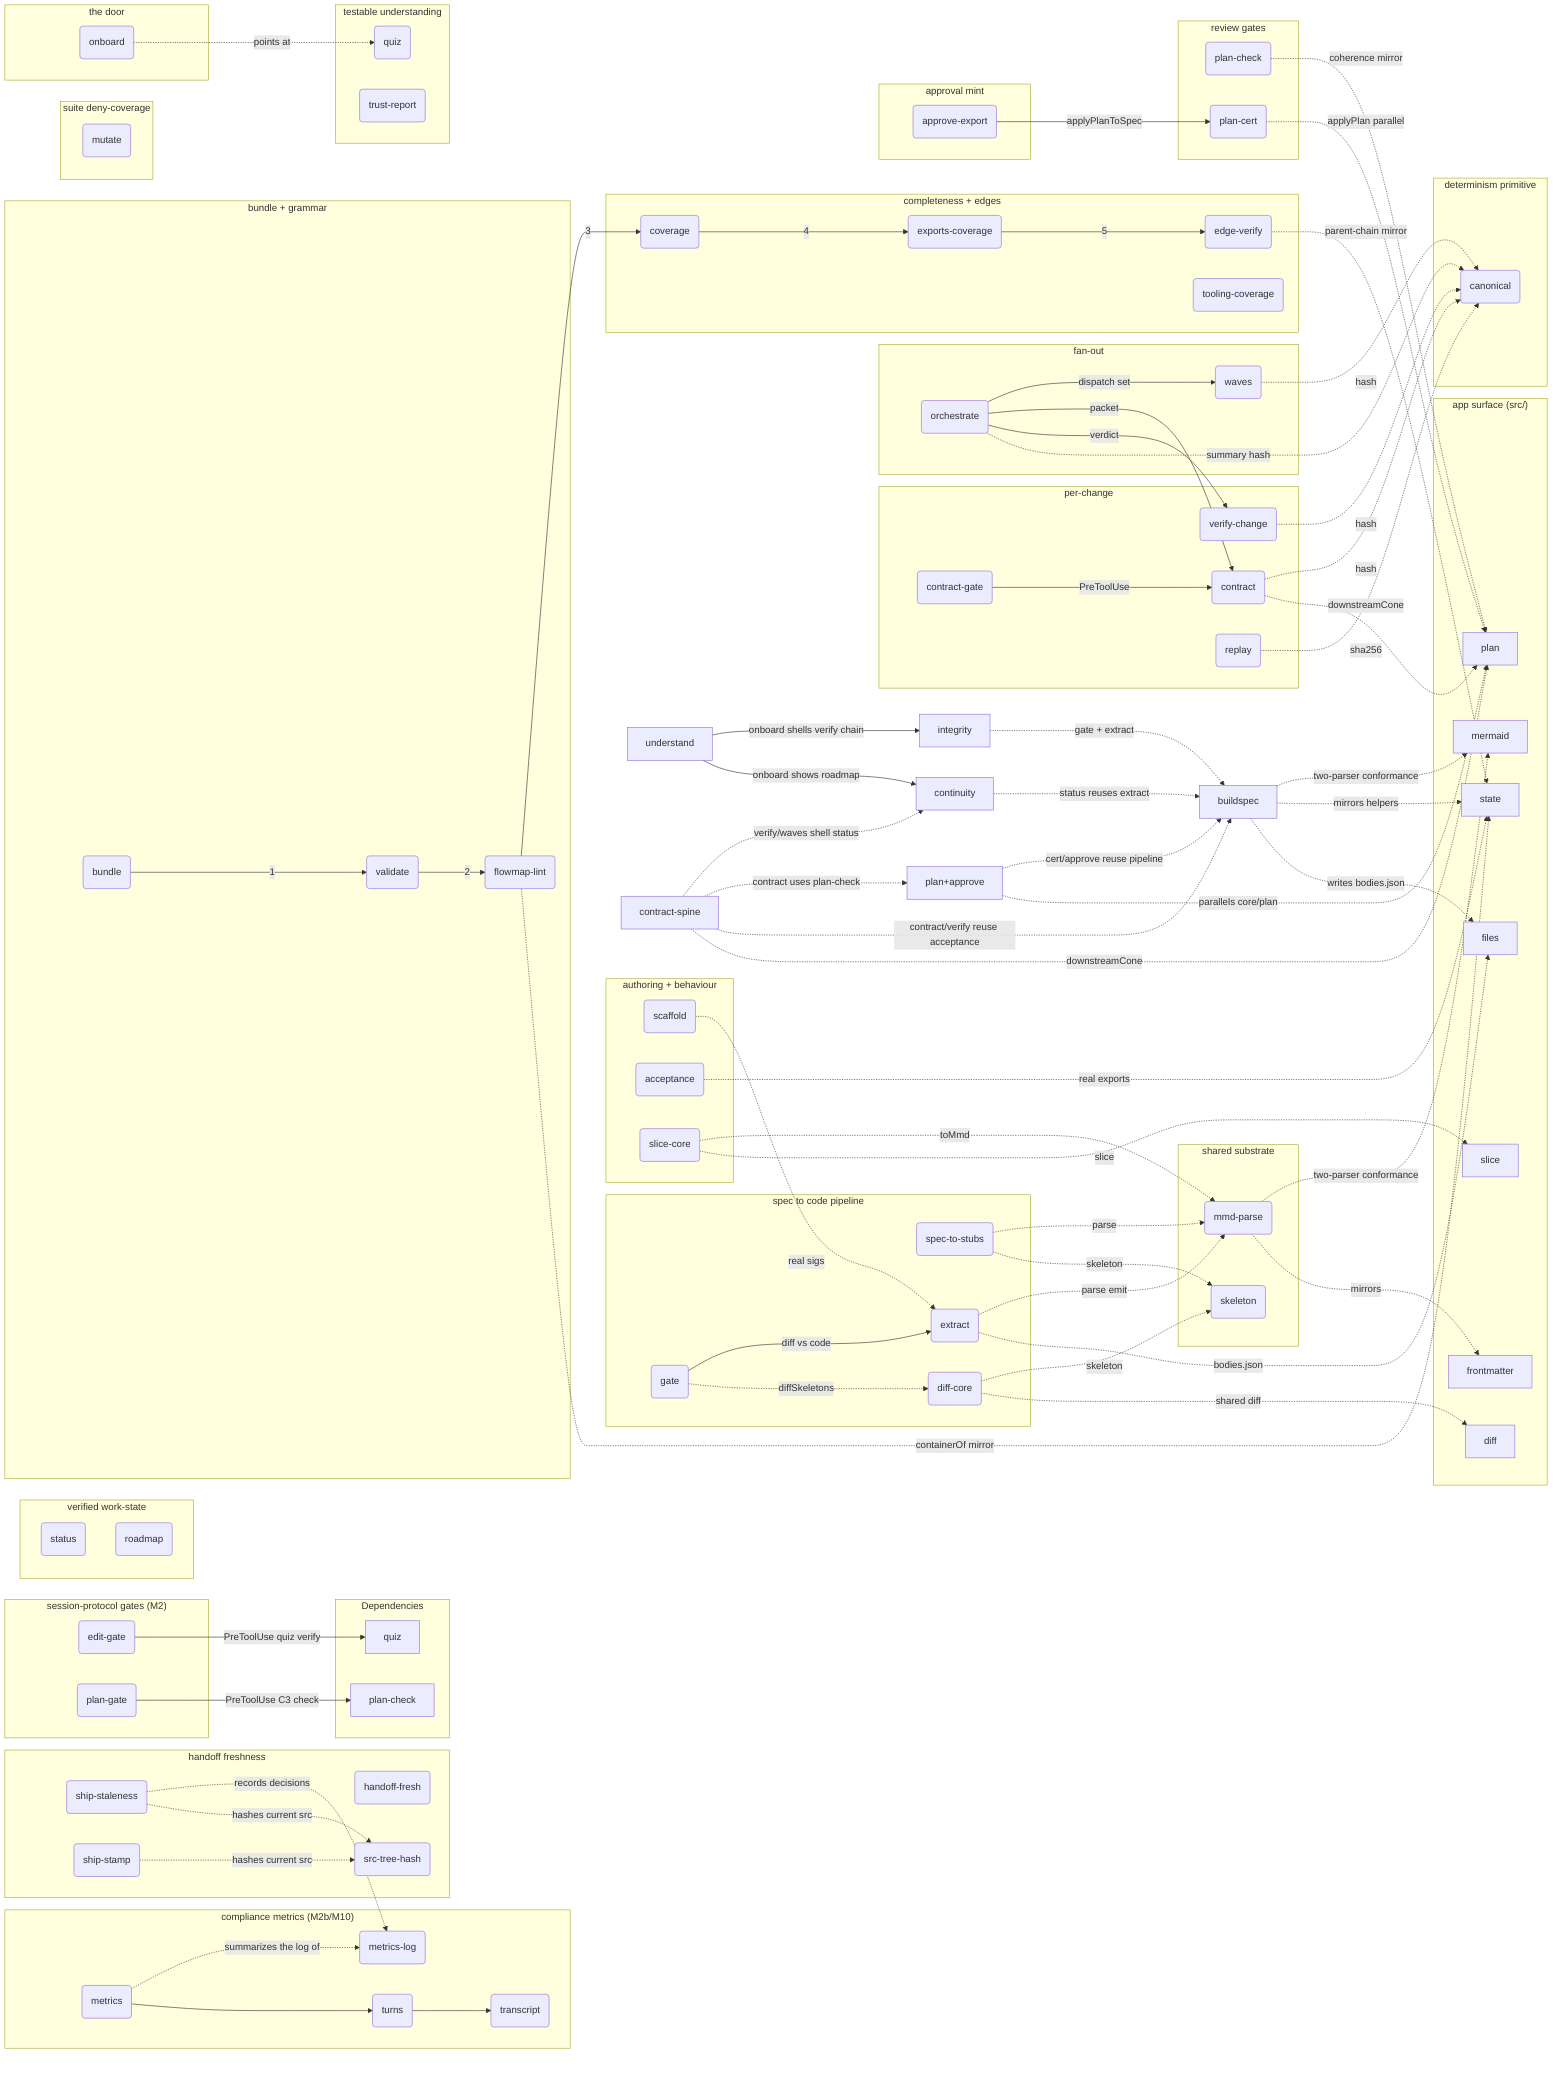
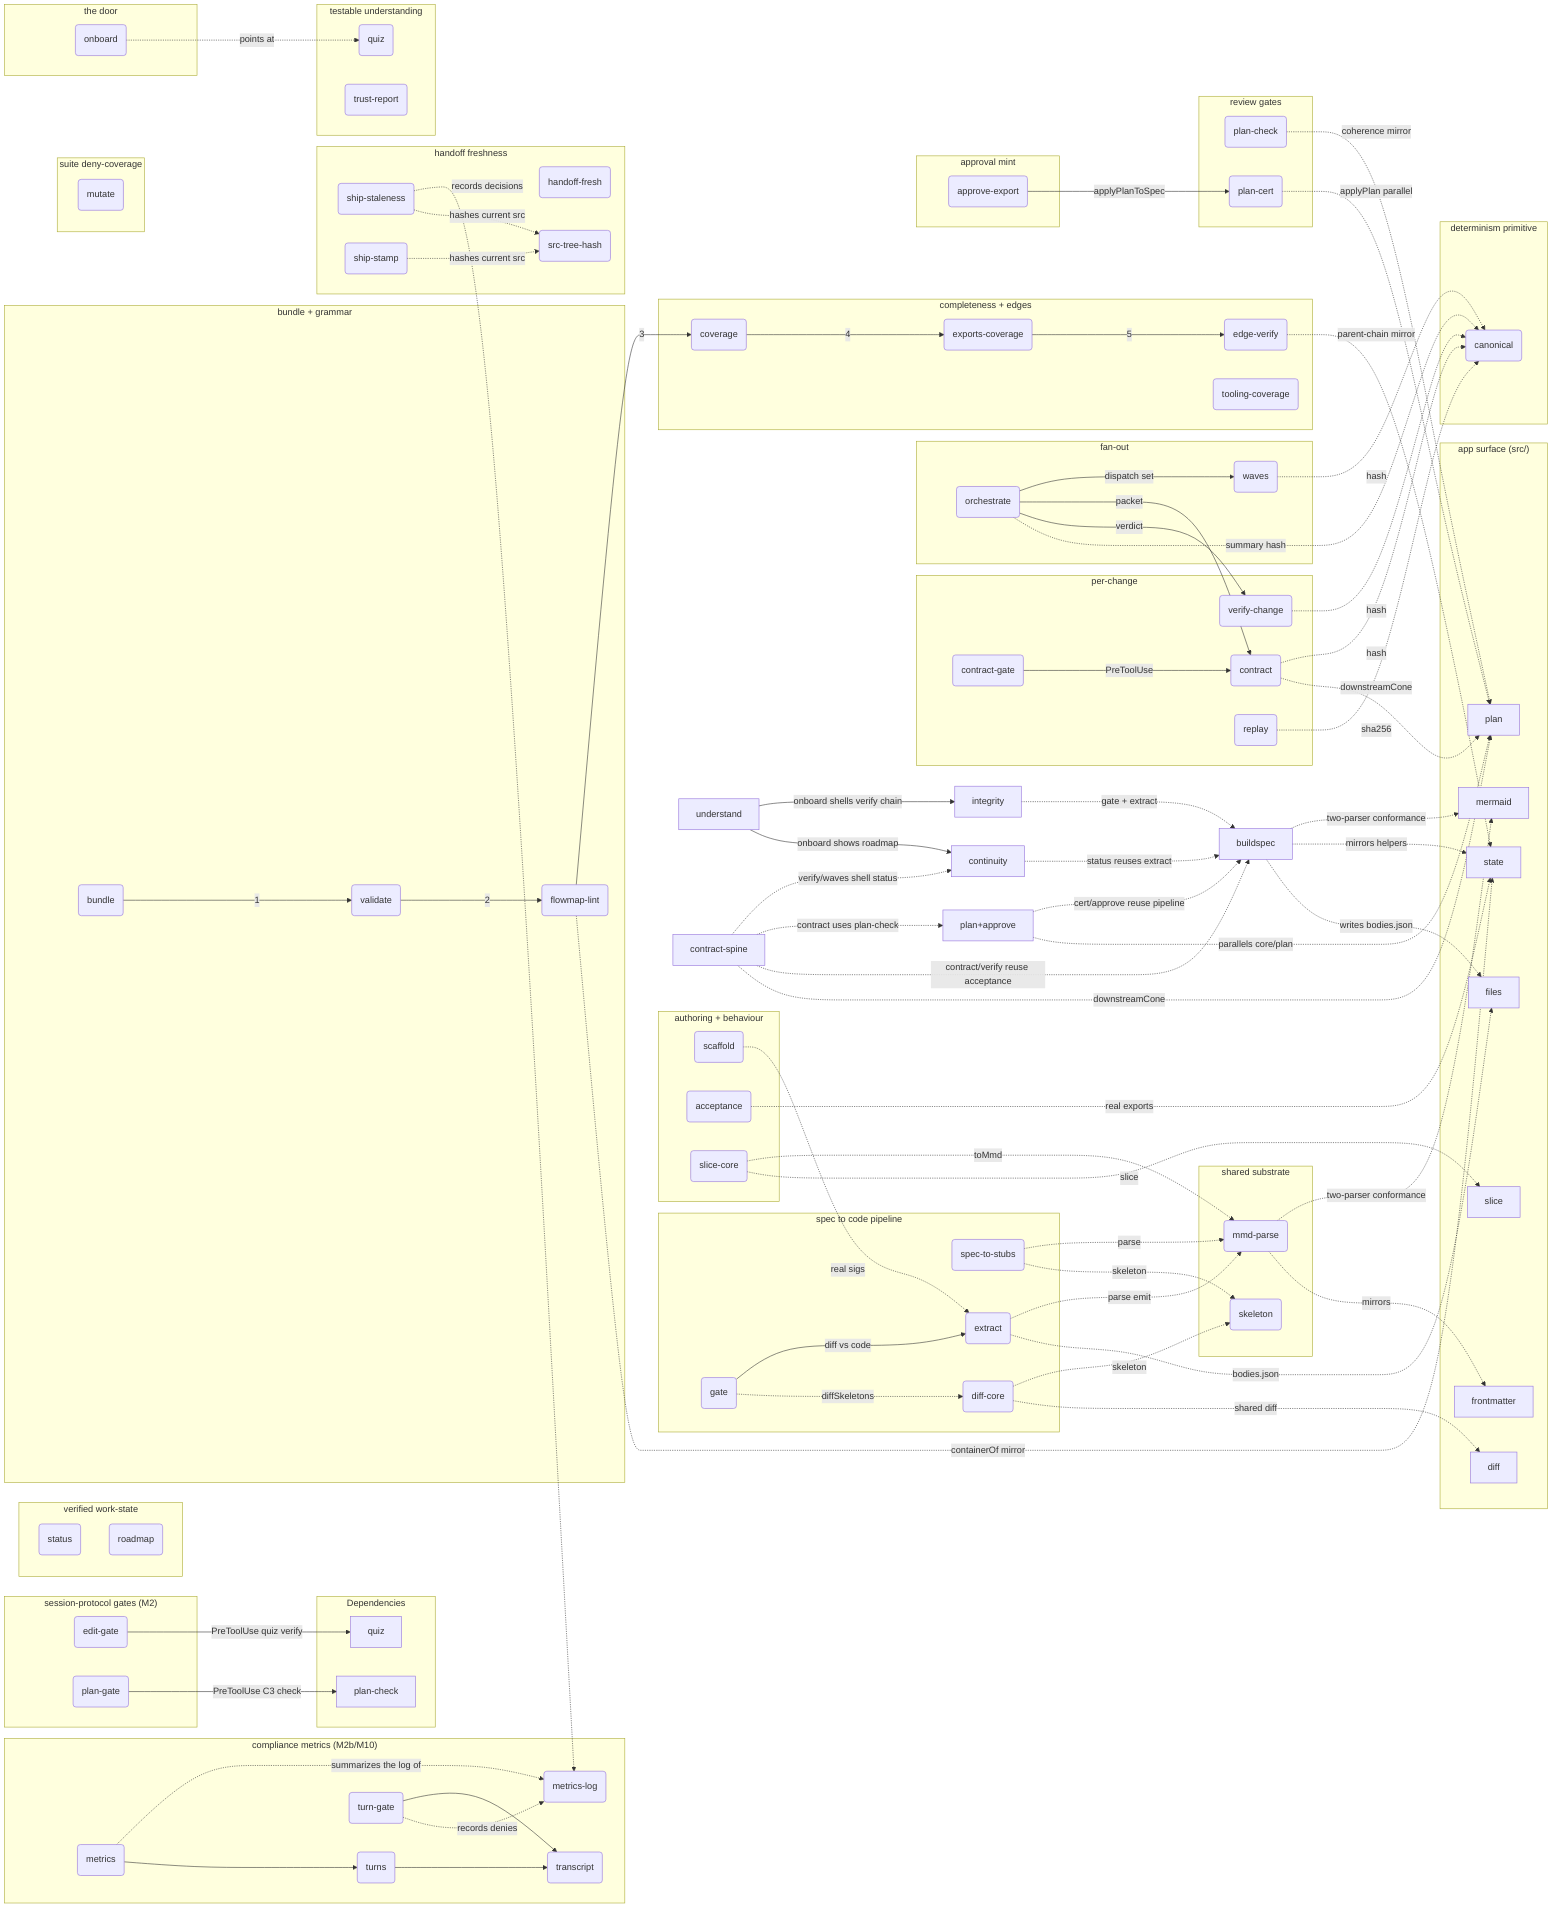
flowchart LR
%% AUTO-GENERATED BUNDLE — do not edit. Edit the per-folder fragments and re-bundle.
%% root flowmapBuildspec

%% fm:meta mermaid name=mermaid
%% fm:meta mermaid desc=app serializer/parser the tooling parser must agree with (two-parser conformance A3)
%% fm:meta frontmatter name=frontmatter
%% fm:meta frontmatter desc=app frontmatter model the tooling parser and skeleton mirror
%% fm:meta state name=state
%% fm:meta state desc=app model and geometry helpers the tooling mirrors and runs acceptance cases against
%% fm:meta files name=files
%% fm:meta files desc=app file IO that consumes the bodies.json the extractor writes
%% fm:meta diff name=diff
%% fm:meta diff desc=app semantic diff whose engine the tooling diff-core shares
%% fm:meta slice name=slice
%% fm:meta slice desc=app neighbourhood slice whose engine the tooling slice-core mirrors
%% fm:meta plan name=plan
%% fm:meta plan desc=app plan overlay model the tooling plan/cert/contract tools parallel and route into
%% fm:meta flowmapBuildspec__mmdParse name=mmd-parse
%% fm:meta flowmapBuildspec__mmdParse desc=zero-dep parser and serializer for the .mmd dialect every tool imports
%% fm:meta flowmapBuildspec__skeleton name=skeleton
%% fm:meta flowmapBuildspec__skeleton desc=canonical contract skeleton of a node plus all type normalization
%% fm:meta flowmapBuildspec__specToStubs name=spec-to-stubs
%% fm:meta flowmapBuildspec__specToStubs desc=step 1 emit TS stubs and contracts so interface drift becomes a tsc error
%% fm:meta flowmapBuildspec__extract name=extract
%% fm:meta flowmapBuildspec__extract desc=step 2 ts-morph walks src and re-serializes real code into a map plus bodies.json
%% fm:meta flowmapBuildspec__diffCore name=diff-core
%% fm:meta flowmapBuildspec__diffCore desc=pure structural diff between two skeleton maps categorizing every mismatch
%% fm:meta flowmapBuildspec__gate name=gate
%% fm:meta flowmapBuildspec__gate desc=step 3 diff committed spec against extracted code and exit non-zero on drift
%% fm:meta flowmapBuildspec__scaffold name=scaffold
%% fm:meta flowmapBuildspec__scaffold desc=author aid init backfill signatures and append plan nodes to fragments
%% fm:meta flowmapBuildspec__acceptance name=acceptance
%% fm:meta flowmapBuildspec__acceptance desc=Keystone 2 run behavioural cases against real src exports to prove correctness
%% fm:meta flowmapBuildspec__sliceCore name=slice-core
%% fm:meta flowmapBuildspec__sliceCore desc=pure model slicer reducing a parsed map to a seed node neighbourhood
%% fm:meta flowmapContinuity__status name=status
%% fm:meta flowmapContinuity__status desc=verified work-state compare a plan proposed signatures against live code built pending drifted missing
%% fm:meta flowmapContinuity__roadmap name=roadmap
%% fm:meta flowmapContinuity__roadmap desc=compute roadmap phase status from predicates and audit the no prose status ban
%% fm:meta flowmapContinuity__handoff name=handoff-fresh
%% fm:meta flowmapContinuity__handoff desc=detect when the handoff lags commits and falsify not yet committed prose claims
%% fm:meta flowmapContinuity__shipStaleness name=ship-staleness
%% fm:meta flowmapContinuity__shipStaleness desc=Stop hook block a session end while src content hash differs from the last recorded ship stamp
%% fm:meta flowmapContinuity__shipStamp name=ship-stamp
%% fm:meta flowmapContinuity__shipStamp desc=last step of flowmap ship record the current src content hash to docs flowmap ship-stamp.json
%% fm:meta flowmapContinuity__srcTreeHash name=src-tree-hash
%% fm:meta flowmapContinuity__srcTreeHash desc=git plumbing content hash of a directory working tree scratch index add write-tree no timestamps
%% fm:meta flowmapContinuity__metrics name=metrics
%% fm:meta flowmapContinuity__metrics desc=M2b summarize the compliance log into rates quiz gate ship cert unproven and wrap ship runs transparently
%% fm:meta flowmapContinuity__metricsLog name=metrics-log
%% fm:meta flowmapContinuity__metricsLog desc=fail silent JSONL emitter the gates quiz and verdict tools import logging may never change a decision
%% fm:meta flowmapContinuity__turns name=turns
%% fm:meta flowmapContinuity__turns desc=M10 measure turn discipline batch ratio cache read tokens subagent tokens tokens to first src edit over session transcripts
%% fm:meta flowmapContinuity__transcriptLib name=transcript
%% fm:meta flowmapContinuity__transcriptLib desc=shared Claude Code transcript parser dedupe assistant API calls by message id merge usage accumulate tool uses
+ %% fm:meta flowmapContinuity__turnGate name=turn-gate
+ %% fm:meta flowmapContinuity__turnGate desc=M10 force PreToolUse gate denies a streak of four or more consecutive single-read turns fails open on unreadable input one free retry marker
%% fm:meta flowmapContractSpine__canonical name=canonical
%% fm:meta flowmapContractSpine__canonical desc=the determinism primitive key sorted JSON and sha256 so equality is a hash compare
%% fm:meta flowmapContractSpine__contract name=contract
%% fm:meta flowmapContractSpine__contract desc=emit a byte deterministic per change packet by routing blast radius source and coherence
%% fm:meta flowmapContractSpine__contractGate name=contract-gate
%% fm:meta flowmapContractSpine__contractGate desc=PreToolUse hook deny a spawn carrying a contract sentinel unless the contract resolves clean
%% fm:meta flowmapContractSpine__editGate name=edit-gate
%% fm:meta flowmapContractSpine__editGate desc=PreToolUse hook deny a src edit unless a quiz pass verifies against the current map bytes
%% fm:meta flowmapContractSpine__planGate name=plan-gate
%% fm:meta flowmapContractSpine__planGate desc=PreToolUse hook deny ExitPlanMode while the named or in flight plan fails coherence
%% fm:meta flowmapContractSpine__verifyChange name=verify-change
%% fm:meta flowmapContractSpine__verifyChange desc=fold structural and behavioural results into a data only verdict strict refuses over trust
%% fm:meta flowmapContractSpine__replay name=replay
%% fm:meta flowmapContractSpine__replay desc=determinism harness run a command N times and assert one stdout hash
%% fm:meta flowmapContractSpine__waves name=waves
%% fm:meta flowmapContractSpine__waves desc=topological wave partition of unbuilt changes with cycle detection for parallel dispatch
%% fm:meta flowmapContractSpine__orchestrate name=orchestrate
%% fm:meta flowmapContractSpine__orchestrate desc=the driver waves to per change worktree plus contract to verdict to canonical summary
%% fm:meta flowmapIntegrity__bundle name=bundle
%% fm:meta flowmapIntegrity__bundle desc=merge root plus every fragment into one bundle namespacing private ids
%% fm:meta flowmapIntegrity__validate name=validate
%% fm:meta flowmapIntegrity__validate desc=grammar gate one header unique ids every reference resolves one kind per node
%% fm:meta flowmapIntegrity__lint name=flowmap-lint
%% fm:meta flowmapIntegrity__lint desc=architecture altitude gate fail on flat file-mirror or unsectioned loose bag
%% fm:meta flowmapIntegrity__coverage name=coverage
%% fm:meta flowmapIntegrity__coverage desc=file completeness guard every source file is represented or has a fragment
%% fm:meta flowmapIntegrity__exports name=exports-coverage
%% fm:meta flowmapIntegrity__exports desc=symbol completeness guard every exported symbol is a node or audited entry
%% fm:meta flowmapIntegrity__edges name=edge-verify
%% fm:meta flowmapIntegrity__edges desc=edge integrity guard every edge is import backed intra file or audited advisory
%% fm:meta flowmapIntegrity__toolingCoverage name=tooling-coverage
%% fm:meta flowmapIntegrity__toolingCoverage desc=completeness plus symbol truth guard for the tooling map itself
%% fm:meta flowmapIntegrity__mutate name=mutate
%% fm:meta flowmapIntegrity__mutate desc=mutation harness apply corpus defects in isolated HEAD worktrees and assert the suite reacts as the corpus expects
%% fm:meta flowmapPlanApprove__planCheck name=plan-check
%% fm:meta flowmapPlanApprove__planCheck desc=C3 authoring coherence real ids acyclic deps valid parents coherent accepted set
%% fm:meta flowmapPlanApprove__planCert name=plan-cert
%% fm:meta flowmapPlanApprove__planCert desc=C2 dry-run certificate apply the plan and run generate tsc extract gate as a delta
%% fm:meta flowmapPlanApprove__approve name=approve-export
%% fm:meta flowmapPlanApprove__approve desc=E1 mint write approved map contracts filtered plan and checklist
%% fm:meta flowmapUnderstand__onboard name=onboard
%% fm:meta flowmapUnderstand__onboard desc=the single verifiable door shell the verify chain emit invariants print quiz and roadmap
%% fm:meta flowmapUnderstand__quiz name=quiz
%% fm:meta flowmapUnderstand__quiz desc=Keystone 1 generate structural questions and score answers against live re-derived keys
%% fm:meta flowmapUnderstand__trust name=trust-report
%% fm:meta flowmapUnderstand__trust desc=tier every claim verified advisory or unverified so readers know what is enforced

%% kind flowmapBuildspec module
%% kind flowmapIntegrity module
%% kind flowmapUnderstand module
%% kind flowmapContinuity module
%% kind flowmapPlanApprove module
%% kind flowmapContractSpine module
%% kind mermaid module
%% kind frontmatter module
%% kind state module
%% kind files module
%% kind diff module
%% kind slice module
%% kind plan module
%% kind flowmapBuildspec__mmdParse module
%% kind flowmapBuildspec__skeleton module
%% kind flowmapBuildspec__specToStubs service
%% kind flowmapBuildspec__extract service
%% kind flowmapBuildspec__diffCore module
%% kind flowmapBuildspec__gate service
%% kind flowmapBuildspec__scaffold service
%% kind flowmapBuildspec__acceptance service
%% kind flowmapBuildspec__sliceCore module
%% kind flowmapContinuity__status service
%% kind flowmapContinuity__roadmap service
%% kind flowmapContinuity__handoff service
%% kind flowmapContinuity__shipStaleness service
%% kind flowmapContinuity__shipStamp service
%% kind flowmapContinuity__srcTreeHash module
%% kind flowmapContinuity__metrics service
%% kind flowmapContinuity__metricsLog module
%% kind flowmapContinuity__turns service
%% kind flowmapContinuity__transcriptLib module
+ %% kind flowmapContinuity__turnGate service
%% kind flowmapContractSpine__canonical module
%% kind flowmapContractSpine__contract service
%% kind flowmapContractSpine__contractGate service
%% kind flowmapContractSpine__editGate service
%% kind flowmapContractSpine__planGate service
%% kind flowmapContractSpine__verifyChange service
%% kind flowmapContractSpine__replay service
%% kind flowmapContractSpine__waves service
%% kind flowmapContractSpine__orchestrate service
%% kind flowmapIntegrity__bundle service
%% kind flowmapIntegrity__validate service
%% kind flowmapIntegrity__lint service
%% kind flowmapIntegrity__coverage service
%% kind flowmapIntegrity__exports service
%% kind flowmapIntegrity__edges service
%% kind flowmapIntegrity__toolingCoverage service
%% kind flowmapIntegrity__mutate service
%% kind flowmapPlanApprove__planCheck service
%% kind flowmapPlanApprove__planCert service
%% kind flowmapPlanApprove__approve service
%% kind flowmapUnderstand__onboard service
%% kind flowmapUnderstand__quiz service
%% kind flowmapUnderstand__trust service
%% parent flowmapBuildspec__bs_substrate flowmapBuildspec
%% parent flowmapBuildspec__bs_pipeline flowmapBuildspec
%% parent flowmapBuildspec__bs_aids flowmapBuildspec
%% parent flowmapContinuity__co_state flowmapContinuity
%% parent flowmapContinuity__co_handoff flowmapContinuity
%% parent flowmapContinuity__co_metrics flowmapContinuity
%% parent flowmapContractSpine__cs_prim flowmapContractSpine
%% parent flowmapContractSpine__cs_change flowmapContractSpine
%% parent flowmapContractSpine__cs_fanout flowmapContractSpine
%% parent flowmapContractSpine__cs_protocol flowmapContractSpine
%% parent flowmapIntegrity__in_build flowmapIntegrity
%% parent flowmapIntegrity__in_complete flowmapIntegrity
%% parent flowmapIntegrity__in_suite flowmapIntegrity
%% parent flowmapPlanApprove__pa_gates flowmapPlanApprove
%% parent flowmapPlanApprove__pa_mint flowmapPlanApprove
%% parent flowmapUnderstand__un_door flowmapUnderstand
%% parent flowmapUnderstand__un_prove flowmapUnderstand
%% src flowmapBuildspec__mmdParse tools/buildspec/mmd-parse.mjs#parseMmd
%% src flowmapBuildspec__skeleton tools/buildspec/skeleton.mjs#specSkeleton
%% src flowmapBuildspec__specToStubs tools/buildspec/spec-to-stubs.mjs#generate
%% src flowmapBuildspec__extract tools/buildspec/extract.mjs#extract
%% src flowmapBuildspec__diffCore tools/buildspec/diff-core.mjs#diffSkeletons
%% src flowmapBuildspec__gate tools/buildspec/gate.mjs
%% src flowmapBuildspec__scaffold tools/buildspec/scaffold.mjs#addFromPlan
%% src flowmapBuildspec__acceptance tools/buildspec/acceptance.mjs#runAcceptance
%% src flowmapBuildspec__sliceCore tools/buildspec/slice-core.mjs#sliceModel
%% src flowmapContinuity__status tools/flowmap/status.mjs
%% src flowmapContinuity__roadmap tools/flowmap/roadmap.mjs
%% src flowmapContinuity__handoff tools/flowmap/handoff-fresh.mjs#checkContentClaims
%% src flowmapContinuity__shipStaleness tools/flowmap/ship-staleness.mjs
%% src flowmapContinuity__shipStamp tools/flowmap/ship-stamp.mjs
%% src flowmapContinuity__srcTreeHash tools/flowmap/lib/src-tree-hash.mjs#srcTreeHash
%% src flowmapContinuity__metrics tools/flowmap/metrics.mjs
%% src flowmapContinuity__metricsLog tools/flowmap/lib/metrics-log.mjs#recordEvent
%% src flowmapContinuity__turns tools/flowmap/turns.mjs
%% src flowmapContinuity__transcriptLib tools/flowmap/lib/transcript.mjs#parseTranscript
+ %% src flowmapContinuity__turnGate tools/flowmap/turn-gate.mjs
%% src flowmapContractSpine__canonical tools/flowmap/lib/canonical.mjs#canonicalize
%% src flowmapContractSpine__contract tools/flowmap/contract.mjs
%% src flowmapContractSpine__contractGate tools/flowmap/contract-gate.mjs
%% src flowmapContractSpine__editGate tools/flowmap/edit-gate.mjs
%% src flowmapContractSpine__planGate tools/flowmap/plan-gate.mjs
%% src flowmapContractSpine__verifyChange tools/flowmap/verify-change.mjs
%% src flowmapContractSpine__replay tools/flowmap/replay.mjs
%% src flowmapContractSpine__waves tools/flowmap/waves.mjs
%% src flowmapContractSpine__orchestrate tools/flowmap/orchestrate.mjs
%% src flowmapIntegrity__bundle tools/flowmap/bundle.mjs
%% src flowmapIntegrity__validate tools/flowmap/validate.mjs
%% src flowmapIntegrity__lint tools/flowmap/flowmap-lint.mjs#lint
%% src flowmapIntegrity__coverage tools/flowmap/coverage.mjs
%% src flowmapIntegrity__exports tools/flowmap/exports-coverage.mjs
%% src flowmapIntegrity__edges tools/flowmap/edge-verify.mjs#verifyEdges
%% src flowmapIntegrity__toolingCoverage tools/flowmap/tooling-coverage.mjs
%% src flowmapIntegrity__mutate tools/flowmap/mutate.mjs
%% src flowmapPlanApprove__planCheck tools/flowmap/plan-check.mjs#checkPlan
%% src flowmapPlanApprove__planCert tools/flowmap/plan-cert.mjs#certifyPlan
%% src flowmapPlanApprove__approve tools/flowmap/approve-export.mjs#approveExport
%% src flowmapUnderstand__onboard tools/flowmap/onboard.mjs
%% src flowmapUnderstand__quiz tools/flowmap/quiz.mjs
%% src flowmapUnderstand__trust tools/flowmap/trust-report.mjs

  flowmapBuildspec["buildspec"]
  flowmapIntegrity["integrity"]
  flowmapUnderstand["understand"]
  flowmapContinuity["continuity"]
  flowmapPlanApprove["plan+approve"]
  flowmapContractSpine["contract-spine"]
  subgraph AppSurface ["app surface (src/)"]
    mermaid["mermaid"]
    frontmatter["frontmatter"]
    state["state"]
    files["files"]
    diff["diff"]
    slice["slice"]
    plan["plan"]
  end
  %% ---- subsystem-level flow (the loop) ----
  %% ---- tooling -> app surface (the blast radius) ----

  subgraph flowmapBuildspec__bs_substrate ["shared substrate"]
    flowmapBuildspec__mmdParse("mmd-parse")
    flowmapBuildspec__skeleton("skeleton")
  end
  subgraph flowmapBuildspec__bs_pipeline ["spec to code pipeline"]
    flowmapBuildspec__specToStubs("spec-to-stubs")
    flowmapBuildspec__extract("extract")
    flowmapBuildspec__gate("gate")
    flowmapBuildspec__diffCore("diff-core")
  end
  subgraph flowmapBuildspec__bs_aids ["authoring + behaviour"]
    flowmapBuildspec__scaffold("scaffold")
    flowmapBuildspec__acceptance("acceptance")
    flowmapBuildspec__sliceCore("slice-core")
  end

  subgraph flowmapContinuity__co_state ["verified work-state"]
    flowmapContinuity__status("status")
    flowmapContinuity__roadmap("roadmap")
  end
  subgraph flowmapContinuity__co_handoff ["handoff freshness"]
    flowmapContinuity__handoff("handoff-fresh")
    flowmapContinuity__shipStaleness("ship-staleness")
    flowmapContinuity__shipStamp("ship-stamp")
    flowmapContinuity__srcTreeHash("src-tree-hash")
  end
  subgraph flowmapContinuity__co_metrics ["compliance metrics (M2b/M10)"]
    flowmapContinuity__metrics("metrics")
    flowmapContinuity__metricsLog("metrics-log")
    flowmapContinuity__turns("turns")
    flowmapContinuity__transcriptLib("transcript")
+     flowmapContinuity__turnGate("turn-gate")
  end

  subgraph flowmapContractSpine__cs_prim ["determinism primitive"]
    flowmapContractSpine__canonical("canonical")
  end
  subgraph flowmapContractSpine__cs_change ["per-change"]
    flowmapContractSpine__contract("contract")
    flowmapContractSpine__contractGate("contract-gate")
    flowmapContractSpine__verifyChange("verify-change")
    flowmapContractSpine__replay("replay")
  end
  subgraph flowmapContractSpine__cs_fanout ["fan-out"]
    flowmapContractSpine__waves("waves")
    flowmapContractSpine__orchestrate("orchestrate")
  end
  subgraph flowmapContractSpine__cs_protocol ["session-protocol gates (M2)"]
    flowmapContractSpine__editGate("edit-gate")
    flowmapContractSpine__planGate("plan-gate")
  end
  subgraph flowmapContractSpine__Deps ["Dependencies"]
    flowmapContractSpine__quiz["quiz"]
    flowmapContractSpine__planCheck["plan-check"]
  end

  subgraph flowmapIntegrity__in_build ["bundle + grammar"]
    flowmapIntegrity__bundle("bundle")
    flowmapIntegrity__validate("validate")
    flowmapIntegrity__lint("flowmap-lint")
  end
  subgraph flowmapIntegrity__in_complete ["completeness + edges"]
    flowmapIntegrity__coverage("coverage")
    flowmapIntegrity__exports("exports-coverage")
    flowmapIntegrity__edges("edge-verify")
    flowmapIntegrity__toolingCoverage("tooling-coverage")
  end
  subgraph flowmapIntegrity__in_suite ["suite deny-coverage"]
    flowmapIntegrity__mutate("mutate")
  end

  subgraph flowmapPlanApprove__pa_gates ["review gates"]
    flowmapPlanApprove__planCheck("plan-check")
    flowmapPlanApprove__planCert("plan-cert")
  end
  subgraph flowmapPlanApprove__pa_mint ["approval mint"]
    flowmapPlanApprove__approve("approve-export")
  end

  subgraph flowmapUnderstand__un_door ["the door"]
    flowmapUnderstand__onboard("onboard")
  end
  subgraph flowmapUnderstand__un_prove ["testable understanding"]
    flowmapUnderstand__quiz("quiz")
    flowmapUnderstand__trust("trust-report")
  end

  flowmapUnderstand -->|onboard shells verify chain| flowmapIntegrity
  flowmapUnderstand -->|onboard shows roadmap| flowmapContinuity
  flowmapIntegrity -.->|gate + extract| flowmapBuildspec
  flowmapContinuity -.->|status reuses extract| flowmapBuildspec
  flowmapPlanApprove -.->|cert/approve reuse pipeline| flowmapBuildspec
  flowmapContractSpine -.->|verify/waves shell status| flowmapContinuity
  flowmapContractSpine -.->|contract uses plan-check| flowmapPlanApprove
  flowmapContractSpine -.->|contract/verify reuse acceptance| flowmapBuildspec
  flowmapBuildspec -.->|two-parser conformance| mermaid
  flowmapBuildspec -.->|mirrors helpers| state
  flowmapBuildspec -.->|writes bodies.json| files
  flowmapPlanApprove -.->|parallels core/plan| plan
  flowmapContractSpine -.->|downstreamCone| plan
  flowmapBuildspec__gate -->|diff vs code| flowmapBuildspec__extract
  flowmapBuildspec__gate -.->|diffSkeletons| flowmapBuildspec__diffCore
  flowmapBuildspec__diffCore -.->|skeleton| flowmapBuildspec__skeleton
  flowmapBuildspec__extract -.->|parse emit| flowmapBuildspec__mmdParse
  flowmapBuildspec__specToStubs -.->|parse| flowmapBuildspec__mmdParse
  flowmapBuildspec__specToStubs -.->|skeleton| flowmapBuildspec__skeleton
  flowmapBuildspec__scaffold -.->|real sigs| flowmapBuildspec__extract
  flowmapBuildspec__sliceCore -.->|toMmd| flowmapBuildspec__mmdParse
  flowmapBuildspec__mmdParse -.->|two-parser conformance| mermaid
  flowmapBuildspec__mmdParse -.->|mirrors| frontmatter
  flowmapBuildspec__extract -.->|bodies.json| files
  flowmapBuildspec__acceptance -.->|real exports| state
  flowmapBuildspec__diffCore -.->|shared diff| diff
  flowmapBuildspec__sliceCore -.->|slice| slice
  flowmapContinuity__metrics -.->|summarizes the log of| flowmapContinuity__metricsLog
  flowmapContinuity__shipStaleness -.->|records decisions| flowmapContinuity__metricsLog
  flowmapContinuity__shipStaleness -.->|hashes current src| flowmapContinuity__srcTreeHash
  flowmapContinuity__shipStamp -.->|hashes current src| flowmapContinuity__srcTreeHash
  flowmapContinuity__metrics --> flowmapContinuity__turns
  flowmapContinuity__turns --> flowmapContinuity__transcriptLib
+   flowmapContinuity__turnGate --> flowmapContinuity__transcriptLib
+   flowmapContinuity__turnGate -.->|records denies| flowmapContinuity__metricsLog
  flowmapContractSpine__contractGate -->|PreToolUse| flowmapContractSpine__contract
  flowmapContractSpine__editGate -->|PreToolUse quiz verify| flowmapContractSpine__quiz
  flowmapContractSpine__planGate -->|PreToolUse C3 check| flowmapContractSpine__planCheck
  flowmapContractSpine__orchestrate -->|dispatch set| flowmapContractSpine__waves
  flowmapContractSpine__orchestrate -->|packet| flowmapContractSpine__contract
  flowmapContractSpine__orchestrate -->|verdict| flowmapContractSpine__verifyChange
  flowmapContractSpine__contract -.->|hash| flowmapContractSpine__canonical
  flowmapContractSpine__verifyChange -.->|hash| flowmapContractSpine__canonical
  flowmapContractSpine__replay -.->|sha256| flowmapContractSpine__canonical
  flowmapContractSpine__waves -.->|hash| flowmapContractSpine__canonical
  flowmapContractSpine__orchestrate -.->|summary hash| flowmapContractSpine__canonical
  flowmapContractSpine__contract -.->|downstreamCone| plan
  flowmapIntegrity__bundle -->|1| flowmapIntegrity__validate
  flowmapIntegrity__validate -->|2| flowmapIntegrity__lint
  flowmapIntegrity__lint -->|3| flowmapIntegrity__coverage
  flowmapIntegrity__coverage -->|4| flowmapIntegrity__exports
  flowmapIntegrity__exports -->|5| flowmapIntegrity__edges
  flowmapIntegrity__lint -.->|containerOf mirror| state
  flowmapIntegrity__edges -.->|parent-chain mirror| state
  flowmapPlanApprove__approve -->|applyPlanToSpec| flowmapPlanApprove__planCert
  flowmapPlanApprove__planCheck -.->|coherence mirror| plan
  flowmapPlanApprove__planCert -.->|applyPlan parallel| plan
  flowmapUnderstand__onboard -.->|points at| flowmapUnderstand__quiz
